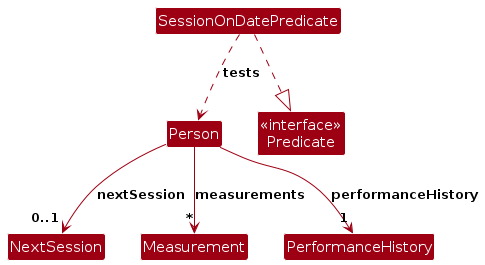
Before: diagrams/SessionModelClassDiagram.png, a diagram exported from PlantUML (AY2627S1-CS2103T-F14a-2/tp). Its source is kept beside it as diagrams/SessionModelClassDiagram.puml. Its diagram source:
```plantuml
@startuml
!include style.puml
skinparam classBackgroundColor MODEL_COLOR
skinparam arrowColor MODEL_COLOR

class Person
class NextSession
class Measurement
class PerformanceHistory
class SessionOnDatePredicate
class "<<interface>>\nPredicate" as Predicate

Person --> "0..1" NextSession : nextSession
Person --> "*" Measurement : measurements
Person --> "1" PerformanceHistory : performanceHistory
SessionOnDatePredicate ..|> Predicate
SessionOnDatePredicate ..> Person : tests
@enduml
```
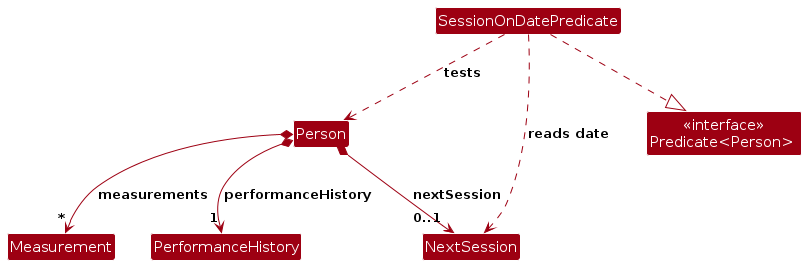
After the change.

The edit, as a diff of the source:
```diff
@@ -8,11 +8,12 @@
 class Measurement
 class PerformanceHistory
 class SessionOnDatePredicate
-class "<<interface>>\nPredicate" as Predicate
+class "<<interface>>\nPredicate<Person> " as Predicate
 
-Person --> "0..1" NextSession : nextSession
-Person --> "*" Measurement : measurements
-Person --> "1" PerformanceHistory : performanceHistory
+Person *--> "0..1" NextSession : nextSession
+Person *--> "*" Measurement : measurements
+Person *--> "1" PerformanceHistory : performanceHistory
 SessionOnDatePredicate ..|> Predicate
 SessionOnDatePredicate ..> Person : tests
+SessionOnDatePredicate ..> NextSession : reads date
 @enduml
```
